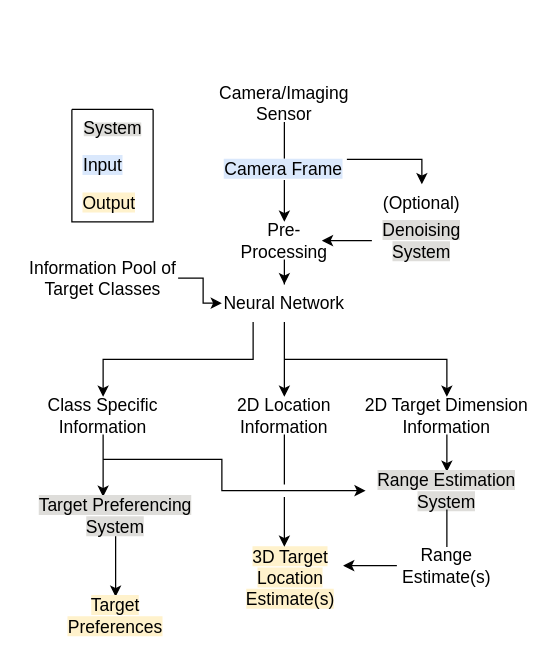
Before: Imaging-And-Estimation-System.drawio in jukkajo/satunnaista-tavaraa, a draw.io diagram. Source tidied: cells renumbered, new cells numbered last; positions are measured from the earlier drawing's top-left corner, leaving out a move shared by most shapes. Both pictures are drawn from the tidied source at 125%, with x=0, y=0 at pixel (21, 84).
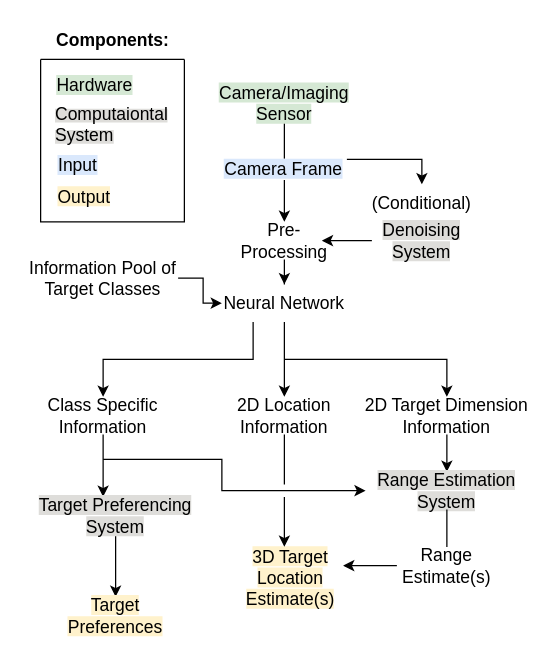
After the change.

Diff of the diagram source:
```diff
@@
-    <mxCell id="4" value="&lt;font style=&quot;font-size: 14px;&quot;&gt;Camera/Imaging Sensor&lt;/font&gt;" style="text;html=1;align=center;verticalAlign=middle;whiteSpace=wrap;rounded=0;" parent="1" vertex="1">
+    <mxCell id="4" value="&lt;font style=&quot;font-size: 14px; background-color: rgb(213, 232, 212);&quot;&gt;Camera/Imaging Sensor&lt;/font&gt;" style="text;html=1;align=center;verticalAlign=middle;whiteSpace=wrap;rounded=0;" parent="1" vertex="1">
       <mxGeometry x="155" width="110" height="30" as="geometry" />
     </mxCell>
@@
-    <mxCell id="6" value="&lt;font style=&quot;font-size: 14px;&quot;&gt;(Optional)&lt;/font&gt;" style="text;html=1;align=center;verticalAlign=middle;whiteSpace=wrap;rounded=0;" parent="1" vertex="1">
+    <mxCell id="6" value="&lt;font style=&quot;font-size: 14px;&quot;&gt;(Conditional)&lt;/font&gt;" style="text;html=1;align=center;verticalAlign=middle;whiteSpace=wrap;rounded=0;" parent="1" vertex="1">
       <mxGeometry x="290" y="80" width="60" height="30" as="geometry" />
     </mxCell>
@@
+    <mxCell id="35" style="swimlane;startSize=0;" parent="1" vertex="1">
+      <mxGeometry x="15" y="-20" width="115" height="130" as="geometry" />
+    </mxCell>
+    <mxCell id="36" value="&lt;div&gt;&lt;br&gt;&lt;/div&gt;&lt;div align=&quot;left&quot;&gt;&lt;font style=&quot;background-color: rgb(222, 221, 218);&quot; size=&quot;1&quot;&gt;&lt;span style=&quot;font-size: 14px;&quot;&gt;Computaiontal System&lt;/span&gt;&lt;/font&gt;&lt;/div&gt;" style="text;html=1;align=left;verticalAlign=middle;whiteSpace=wrap;rounded=0;" parent="35" vertex="1">
+      <mxGeometry x="10" y="30" width="120" height="30" as="geometry" />
+    </mxCell>
+    <mxCell id="37" value="&lt;font style=&quot;font-size: 14px; background-color: rgb(213, 232, 212);&quot;&gt;Hardware&lt;/font&gt;" style="edgeLabel;html=1;align=center;verticalAlign=middle;" parent="35" vertex="1">
+      <mxGeometry x="35" as="geometry">
+        <mxPoint x="7" y="20" as="offset" />
+      </mxGeometry>
+    </mxCell>
-    <mxCell id="33" value="&lt;font style=&quot;font-size: 14px; background-color: rgb(218, 232, 252);&quot;&gt;Input&lt;/font&gt;" style="text;html=1;align=center;verticalAlign=middle;whiteSpace=wrap;rounded=0;" parent="1" vertex="1">
-      <mxGeometry x="35" y="50" width="60" height="30" as="geometry" />
+    <mxCell id="33" value="&lt;font style=&quot;font-size: 14px; background-color: rgb(218, 232, 252);&quot;&gt;Input&lt;/font&gt;" style="text;html=1;align=center;verticalAlign=middle;whiteSpace=wrap;rounded=0;" parent="35" vertex="1">
+      <mxGeometry y="70" width="60" height="30" as="geometry" />
     </mxCell>
-    <mxCell id="34" value="&lt;font style=&quot;font-size: 14px; background-color: rgb(255, 242, 204);&quot;&gt;Output&lt;/font&gt;" style="text;html=1;align=center;verticalAlign=middle;whiteSpace=wrap;rounded=0;" parent="1" vertex="1">
-      <mxGeometry x="40" y="80" width="60" height="30" as="geometry" />
+    <mxCell id="34" value="&lt;font style=&quot;font-size: 14px; background-color: rgb(255, 242, 204);&quot;&gt;Output&lt;/font&gt;" style="text;html=1;align=center;verticalAlign=middle;whiteSpace=wrap;rounded=0;" parent="35" vertex="1">
+      <mxGeometry x="10" y="100" width="50" height="20" as="geometry" />
     </mxCell>
-    <mxCell id="35" style="swimlane;startSize=0;" parent="1" vertex="1">
-      <mxGeometry x="40" y="20" width="65" height="90" as="geometry" />
-    </mxCell>
-    <mxCell id="36" value="&lt;font style=&quot;background-color: rgb(222, 221, 218);&quot; size=&quot;1&quot;&gt;&lt;span style=&quot;font-size: 14px;&quot;&gt;System&lt;/span&gt;&lt;/font&gt;" style="text;html=1;align=center;verticalAlign=middle;whiteSpace=wrap;rounded=0;" parent="35" vertex="1">
-      <mxGeometry x="2.5" width="60" height="30" as="geometry" />
-    </mxCell>
+    <mxCell id="38" value="&lt;b&gt;&lt;font style=&quot;font-size: 14px;&quot;&gt;Components:&lt;/font&gt;&lt;/b&gt;" style="text;html=1;align=center;verticalAlign=middle;whiteSpace=wrap;rounded=0;" parent="1" vertex="1">
+      <mxGeometry x="42.5" y="-50" width="60" height="30" as="geometry" />
+    </mxCell>
```
